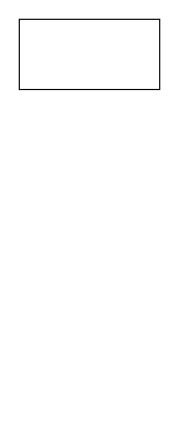
The draw.io diagram notion测试.drawio in ligenhui21/diagrams, before the edit. Source tidied: cells renumbered, new cells numbered last; positions are measured from the earlier drawing's top-left corner, leaving out a move shared by most shapes. Both pictures are drawn from the tidied source at 117%, with x=0, y=0 at pixel (19, 19).
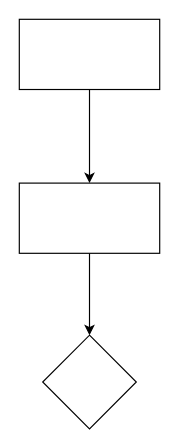
The same diagram, later.

Change to the diagram source:
```diff
@@
 <mxGraphModel>
   <root>
     <mxCell id="0" />
     <mxCell id="1" parent="0" />
+    <mxCell id="3" style="edgeStyle=orthogonalEdgeStyle;rounded=0;jettySize=auto;html=1;" parent="1" edge="1" source="2" target="5">
+      <mxGeometry relative="1" as="geometry" />
+    </mxCell>
     <mxCell id="2" style="rounded=0;whiteSpace=wrap;html=1;" parent="1" vertex="1">
       <mxGeometry width="120" height="60" as="geometry" />
     </mxCell>
+    <mxCell id="4" style="edgeStyle=orthogonalEdgeStyle;rounded=0;jettySize=auto;html=1;" parent="1" edge="1" source="5" target="6">
+      <mxGeometry relative="1" as="geometry" />
+    </mxCell>
+    <mxCell id="5" style="rounded=0;whiteSpace=wrap;html=1;" parent="1" vertex="1">
+      <mxGeometry y="140" width="120" height="60" as="geometry" />
+    </mxCell>
+    <mxCell id="6" style="rhombus;whiteSpace=wrap;html=1;rounded=0;" parent="1" vertex="1">
+      <mxGeometry x="20" y="270" width="80" height="80" as="geometry" />
+    </mxCell>
   </root>
 </mxGraphModel>
```
